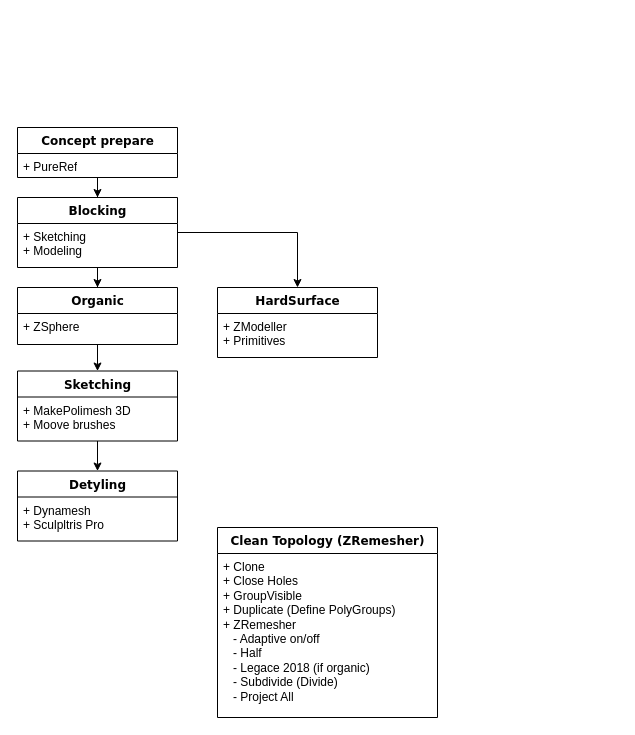
Above: ZBrush process.drawio in drakulitka/diagrams (draw.io), before the change. Source tidied: cells renumbered, new cells numbered last; positions are measured from the earlier drawing's top-left corner, leaving out a move shared by most shapes. Both pictures are drawn from the tidied source at 100%, with x=0, y=0 at pixel (17, 127).
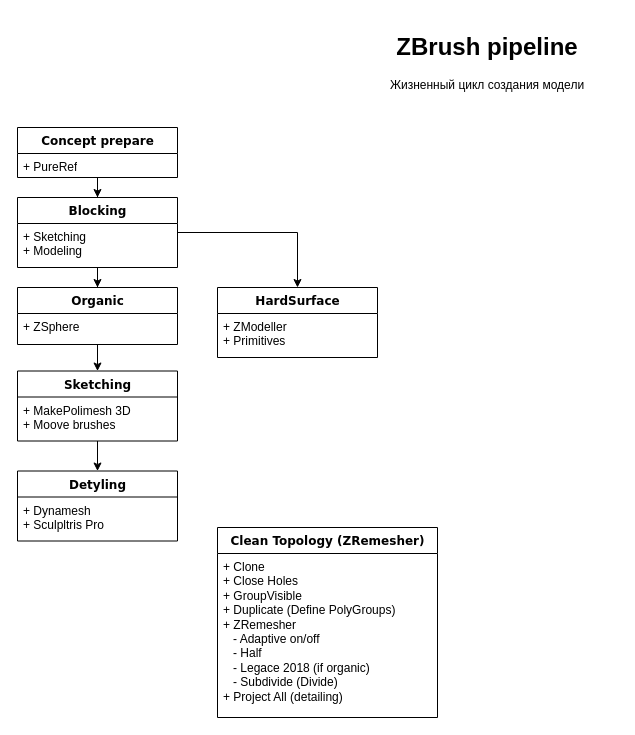
After the change.

Unchanged cells that the change refers to:
```xml
<mxCell id="16" value="Clean Topology (ZRemesher)" style="swimlane;html=1;fontStyle=1;align=center;verticalAlign=top;horizontal=1;startSize=26;swimlaneFillColor=#ffffff;rounded=0;shadow=0;comic=0;labelBackgroundColor=none;strokeWidth=1;fillColor=none;fontFamily=Verdana;fontSize=12;" parent="1" vertex="1">
  <mxGeometry x="200" y="400" width="220" height="190" as="geometry" />
</mxCell>
```

Change to the diagram source:
```diff
@@
-    <mxCell id="17" value="+ Clone&lt;br&gt;+ Close Holes&lt;br&gt;+ GroupVisible&lt;br&gt;+ Duplicate (Define PolyGroups)&lt;br&gt;+ ZRemesher&lt;br&gt;&amp;nbsp; &amp;nbsp;- Adaptive on/off&lt;br&gt;&amp;nbsp; &amp;nbsp;- Half&lt;br&gt;&amp;nbsp; &amp;nbsp;- Legace 2018 (if organic)&lt;br&gt;&amp;nbsp; &amp;nbsp;- Subdivide (Divide)&lt;br&gt;&amp;nbsp; &amp;nbsp;- Project All" style="text;html=1;strokeColor=none;fillColor=none;align=left;verticalAlign=top;spacingLeft=4;spacingRight=4;whiteSpace=wrap;overflow=hidden;" parent="16" vertex="1">
+    <mxCell id="17" value="+ Clone&lt;br&gt;+ Close Holes&lt;br&gt;+ GroupVisible&lt;br&gt;+ Duplicate (Define PolyGroups)&lt;br&gt;+ ZRemesher&lt;br&gt;&amp;nbsp; &amp;nbsp;- Adaptive on/off&lt;br&gt;&amp;nbsp; &amp;nbsp;- Half&lt;br&gt;&amp;nbsp; &amp;nbsp;- Legace 2018 (if organic)&lt;br&gt;&amp;nbsp; &amp;nbsp;- Subdivide (Divide)&lt;br&gt;+ Project All (detailing)" style="text;html=1;strokeColor=none;fillColor=none;align=left;verticalAlign=top;spacingLeft=4;spacingRight=4;whiteSpace=wrap;overflow=hidden;" parent="16" vertex="1">
       <mxGeometry y="26" width="220" height="154" as="geometry" />
     </mxCell>
@@
+    <mxCell id="21" value="&lt;h1&gt;ZBrush pipeline&lt;/h1&gt;&lt;p&gt;Жизненный цикл создания модели&lt;/p&gt;" style="text;html=1;strokeColor=none;fillColor=none;spacing=5;spacingTop=-20;whiteSpace=wrap;overflow=hidden;rounded=0;align=center;" parent="1" vertex="1">
+      <mxGeometry x="340" y="-100" width="260" height="90" as="geometry" />
+    </mxCell>
```
